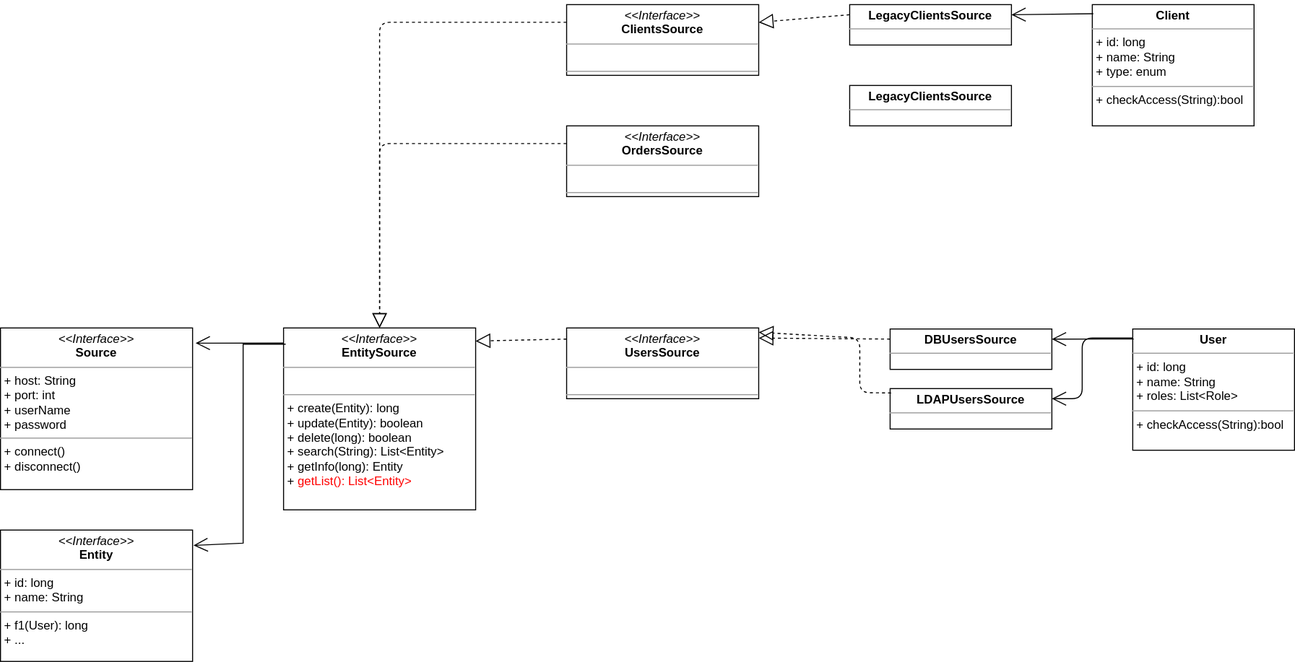
Earlier version of the draw.io export ClassDiagram.svg (LordOfPhys/project_x). Source tidied: cells renumbered, new cells last; positions are measured from the earlier drawing's top-left corner, leaving out a move shared by most shapes.
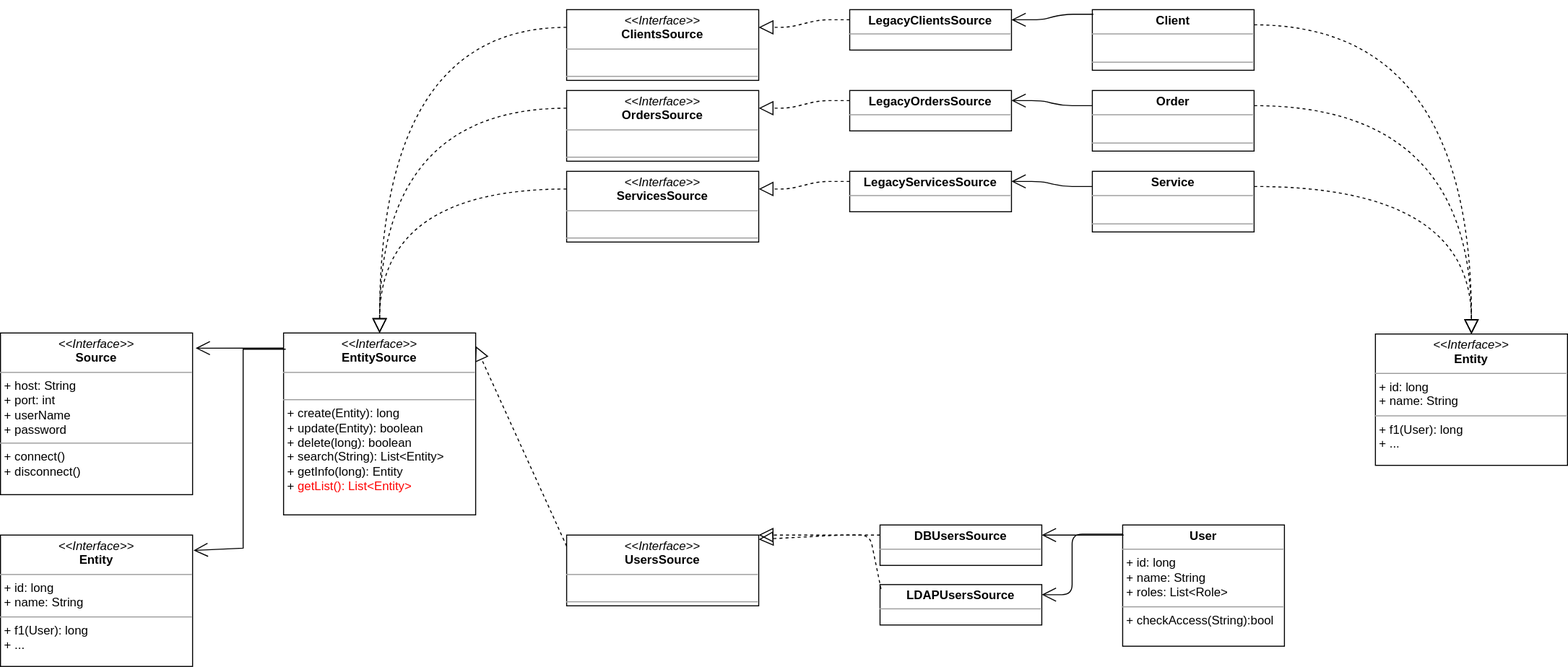
Above is the later version.

The edit, as a diff of the source:
```diff
@@ -3,24 +3,24 @@
     <mxCell id="0" />
     <mxCell id="1" parent="0" />
     <mxCell id="2" value="&lt;p style=&quot;margin: 0px ; margin-top: 4px ; text-align: center&quot;&gt;&lt;i&gt;&amp;lt;&amp;lt;Interface&amp;gt;&amp;gt;&lt;/i&gt;&lt;br&gt;&lt;b&gt;UsersSource&lt;/b&gt;&lt;/p&gt;&lt;hr size=&quot;1&quot;&gt;&lt;p style=&quot;margin: 0px ; margin-left: 4px&quot;&gt;&lt;br&gt;&lt;/p&gt;&lt;hr size=&quot;1&quot;&gt;&lt;p style=&quot;margin: 0px ; margin-left: 4px&quot;&gt;&lt;br&gt;&lt;/p&gt;&lt;p style=&quot;margin: 0px ; margin-left: 4px&quot;&gt;&lt;br&gt;&lt;/p&gt;&lt;p style=&quot;margin: 0px ; margin-left: 4px&quot;&gt;&lt;br&gt;&lt;/p&gt;" style="verticalAlign=top;align=left;overflow=fill;fontSize=12;fontFamily=Helvetica;html=1;" parent="1" vertex="1">
-      <mxGeometry x="560" y="320" width="190" height="70" as="geometry" />
+      <mxGeometry x="560" y="520" width="190" height="70" as="geometry" />
     </mxCell>
     <mxCell id="3" value="&lt;p style=&quot;margin: 0px ; margin-top: 4px ; text-align: center&quot;&gt;&lt;b&gt;DBUsersSource&lt;/b&gt;&lt;/p&gt;&lt;hr size=&quot;1&quot;&gt;&lt;p style=&quot;margin: 0px ; margin-left: 4px&quot;&gt;&lt;br&gt;&lt;/p&gt;&lt;p style=&quot;margin: 0px ; margin-left: 4px&quot;&gt;&lt;br&gt;&lt;/p&gt;&lt;p style=&quot;margin: 0px ; margin-left: 4px&quot;&gt;&lt;br&gt;&lt;/p&gt;&lt;p style=&quot;margin: 0px ; margin-left: 4px&quot;&gt;&lt;br&gt;&lt;/p&gt;&lt;p style=&quot;margin: 0px ; margin-left: 4px&quot;&gt;&lt;br&gt;&lt;/p&gt;&lt;hr size=&quot;1&quot;&gt;&lt;p style=&quot;margin: 0px ; margin-left: 4px&quot;&gt;&lt;br&gt;&lt;/p&gt;" style="verticalAlign=top;align=left;overflow=fill;fontSize=12;fontFamily=Helvetica;html=1;" parent="1" vertex="1">
-      <mxGeometry x="880" y="321" width="160" height="40" as="geometry" />
+      <mxGeometry x="870" y="510" width="160" height="40" as="geometry" />
     </mxCell>
     <mxCell id="4" style="endArrow=block;dashed=1;endFill=0;endSize=12;html=1;exitX=0;exitY=0.25;exitDx=0;exitDy=0;" parent="1" edge="1" source="3">
       <mxGeometry relative="1" as="geometry">
-        <mxPoint x="750" y="330" as="targetPoint" />
+        <mxPoint x="750" y="520" as="targetPoint" />
       </mxGeometry>
     </mxCell>
     <mxCell id="5" value="&lt;p style=&quot;margin: 0px ; margin-top: 4px ; text-align: center&quot;&gt;&lt;b&gt;LDAPUsersSource&lt;/b&gt;&lt;/p&gt;&lt;hr size=&quot;1&quot;&gt;&lt;p style=&quot;margin: 0px ; margin-left: 4px&quot;&gt;&lt;br&gt;&lt;/p&gt;&lt;p style=&quot;margin: 0px ; margin-left: 4px&quot;&gt;&lt;br&gt;&lt;/p&gt;&lt;p style=&quot;margin: 0px ; margin-left: 4px&quot;&gt;&lt;br&gt;&lt;/p&gt;&lt;p style=&quot;margin: 0px ; margin-left: 4px&quot;&gt;&lt;br&gt;&lt;/p&gt;&lt;p style=&quot;margin: 0px ; margin-left: 4px&quot;&gt;&lt;br&gt;&lt;/p&gt;&lt;hr size=&quot;1&quot;&gt;&lt;p style=&quot;margin: 0px ; margin-left: 4px&quot;&gt;&lt;br&gt;&lt;/p&gt;" style="verticalAlign=top;align=left;overflow=fill;fontSize=12;fontFamily=Helvetica;html=1;" parent="1" vertex="1">
-      <mxGeometry x="880" y="380" width="160" height="40" as="geometry" />
+      <mxGeometry x="870" y="569" width="160" height="40" as="geometry" />
     </mxCell>
     <mxCell id="6" style="endArrow=block;dashed=1;endFill=0;endSize=12;html=1;exitX=0.006;exitY=0.108;exitDx=0;exitDy=0;exitPerimeter=0;entryX=1;entryY=0.061;entryDx=0;entryDy=0;entryPerimeter=0;" parent="1" edge="1" source="5" target="2">
       <mxGeometry relative="1" as="geometry">
         <Array as="points">
-          <mxPoint x="850" y="384" />
-          <mxPoint x="850" y="330" />
+          <mxPoint x="860" y="520" />
+          <mxPoint x="830" y="520" />
         </Array>
       </mxGeometry>
     </mxCell>
@@ -36,31 +36,33 @@
     <mxCell id="10" value="&lt;p style=&quot;margin: 0px ; margin-top: 4px ; text-align: center&quot;&gt;&lt;b&gt;LegacyClientsSource&lt;/b&gt;&lt;/p&gt;&lt;hr size=&quot;1&quot;&gt;&lt;p style=&quot;margin: 0px ; margin-left: 4px&quot;&gt;&lt;br&gt;&lt;/p&gt;&lt;p style=&quot;margin: 0px ; margin-left: 4px&quot;&gt;&lt;br&gt;&lt;/p&gt;&lt;p style=&quot;margin: 0px ; margin-left: 4px&quot;&gt;&lt;br&gt;&lt;/p&gt;&lt;p style=&quot;margin: 0px ; margin-left: 4px&quot;&gt;&lt;br&gt;&lt;/p&gt;&lt;p style=&quot;margin: 0px ; margin-left: 4px&quot;&gt;&lt;br&gt;&lt;/p&gt;&lt;hr size=&quot;1&quot;&gt;&lt;p style=&quot;margin: 0px ; margin-left: 4px&quot;&gt;&lt;br&gt;&lt;/p&gt;" style="verticalAlign=top;align=left;overflow=fill;fontSize=12;fontFamily=Helvetica;html=1;" parent="1" vertex="1">
       <mxGeometry x="840" width="160" height="40" as="geometry" />
     </mxCell>
-    <mxCell id="11" style="endArrow=block;dashed=1;endFill=0;endSize=12;html=1;entryX=1;entryY=0.25;entryDx=0;entryDy=0;exitX=0;exitY=0.25;exitDx=0;exitDy=0;" parent="1" edge="1" source="10" target="9">
+    <mxCell id="11" style="endArrow=block;dashed=1;endFill=0;endSize=12;html=1;entryX=1;entryY=0.25;entryDx=0;entryDy=0;exitX=0;exitY=0.25;exitDx=0;exitDy=0;edgeStyle=entityRelationEdgeStyle;" parent="1" edge="1" source="10" target="9">
       <mxGeometry relative="1" as="geometry" />
     </mxCell>
     <mxCell id="12" value="&lt;p style=&quot;margin: 0px ; margin-top: 4px ; text-align: center&quot;&gt;&lt;b&gt;User&lt;/b&gt;&lt;/p&gt;&lt;hr size=&quot;1&quot;&gt;&lt;p style=&quot;margin: 0px ; margin-left: 4px&quot;&gt;+ id: long&lt;/p&gt;&lt;p style=&quot;margin: 0px ; margin-left: 4px&quot;&gt;+ name: String&lt;/p&gt;&lt;p style=&quot;margin: 0px ; margin-left: 4px&quot;&gt;+ roles: List&amp;lt;Role&amp;gt;&lt;/p&gt;&lt;hr size=&quot;1&quot;&gt;&lt;p style=&quot;margin: 0px ; margin-left: 4px&quot;&gt;+ checkAccess(String):bool&lt;/p&gt;" style="verticalAlign=top;align=left;overflow=fill;fontSize=12;fontFamily=Helvetica;html=1;" parent="1" vertex="1">
-      <mxGeometry x="1120" y="321" width="160" height="120" as="geometry" />
+      <mxGeometry x="1110" y="510" width="160" height="120" as="geometry" />
     </mxCell>
-    <mxCell id="13" value="&lt;p style=&quot;margin: 0px ; margin-top: 4px ; text-align: center&quot;&gt;&lt;b&gt;Client&lt;/b&gt;&lt;/p&gt;&lt;hr size=&quot;1&quot;&gt;&lt;p style=&quot;margin: 0px ; margin-left: 4px&quot;&gt;+ id: long&lt;/p&gt;&lt;p style=&quot;margin: 0px ; margin-left: 4px&quot;&gt;+ name: String&lt;/p&gt;&lt;p style=&quot;margin: 0px ; margin-left: 4px&quot;&gt;+ type: enum&lt;/p&gt;&lt;hr size=&quot;1&quot;&gt;&lt;p style=&quot;margin: 0px ; margin-left: 4px&quot;&gt;+ checkAccess(String):bool&lt;/p&gt;" style="verticalAlign=top;align=left;overflow=fill;fontSize=12;fontFamily=Helvetica;html=1;" parent="1" vertex="1">
-      <mxGeometry x="1080" width="160" height="120" as="geometry" />
+    <mxCell id="13" value="&lt;p style=&quot;margin: 0px ; margin-top: 4px ; text-align: center&quot;&gt;&lt;b&gt;Client&lt;/b&gt;&lt;/p&gt;&lt;hr size=&quot;1&quot;&gt;&lt;p style=&quot;margin: 0px ; margin-left: 4px&quot;&gt;&lt;br&gt;&lt;/p&gt;&lt;hr size=&quot;1&quot;&gt;&lt;p style=&quot;margin: 0px ; margin-left: 4px&quot;&gt;&lt;br&gt;&lt;/p&gt;" style="verticalAlign=top;align=left;overflow=fill;fontSize=12;fontFamily=Helvetica;html=1;" parent="1" vertex="1">
+      <mxGeometry x="1080" width="160" height="60" as="geometry" />
     </mxCell>
-    <mxCell id="14" style="endArrow=open;endFill=1;endSize=12;html=1;exitX=0.006;exitY=0.075;exitDx=0;exitDy=0;exitPerimeter=0;entryX=1;entryY=0.25;entryDx=0;entryDy=0;" parent="1" edge="1" source="13" target="10">
+    <mxCell id="14" style="endArrow=open;endFill=1;endSize=12;html=1;exitX=0.006;exitY=0.075;exitDx=0;exitDy=0;exitPerimeter=0;entryX=1;entryY=0.25;entryDx=0;entryDy=0;edgeStyle=entityRelationEdgeStyle;" parent="1" edge="1" source="13" target="10">
       <mxGeometry relative="1" as="geometry" />
     </mxCell>
-    <mxCell id="15" style="endArrow=open;endFill=1;endSize=12;html=1;exitX=0.006;exitY=0.083;exitDx=0;exitDy=0;exitPerimeter=0;entryX=1;entryY=0.25;entryDx=0;entryDy=0;" parent="1" edge="1" source="12" target="3">
-      <mxGeometry relative="1" as="geometry" />
+    <mxCell id="15" style="endArrow=open;endFill=1;endSize=12;html=1;exitX=0.006;exitY=0.083;exitDx=0;exitDy=0;exitPerimeter=0;entryX=1;entryY=0.25;entryDx=0;entryDy=0;" parent="1" edge="1" target="3">
+      <mxGeometry relative="1" as="geometry">
+        <mxPoint x="1111" y="520" as="sourcePoint" />
+      </mxGeometry>
     </mxCell>
     <mxCell id="16" style="endArrow=open;endFill=1;endSize=12;html=1;entryX=1;entryY=0.25;entryDx=0;entryDy=0;" parent="1" edge="1" target="5">
       <mxGeometry relative="1" as="geometry">
-        <mxPoint x="1120" y="330" as="sourcePoint" />
+        <mxPoint x="1110" y="519" as="sourcePoint" />
         <Array as="points">
-          <mxPoint x="1070" y="330" />
-          <mxPoint x="1070" y="390" />
+          <mxPoint x="1060" y="519" />
+          <mxPoint x="1060" y="579" />
         </Array>
       </mxGeometry>
     </mxCell>
-    <mxCell id="17" style="endArrow=block;dashed=1;endFill=0;endSize=12;html=1;exitX=0;exitY=0.25;exitDx=0;exitDy=0;entryX=0.5;entryY=0;entryDx=0;entryDy=0;edgeStyle=orthogonalEdgeStyle;" parent="1" edge="1" source="9" target="18">
+    <mxCell id="17" style="endArrow=block;dashed=1;endFill=0;endSize=12;html=1;exitX=0;exitY=0.25;exitDx=0;exitDy=0;entryX=0.5;entryY=0;entryDx=0;entryDy=0;edgeStyle=orthogonalEdgeStyle;curved=1;" parent="1" edge="1" source="9" target="18">
       <mxGeometry relative="1" as="geometry" />
     </mxCell>
     <mxCell id="18" value="&lt;p style=&quot;margin: 0px ; margin-top: 4px ; text-align: center&quot;&gt;&lt;i&gt;&amp;lt;&amp;lt;Interface&amp;gt;&amp;gt;&lt;/i&gt;&lt;br&gt;&lt;b&gt;EntitySource&lt;/b&gt;&lt;/p&gt;&lt;hr size=&quot;1&quot;&gt;&lt;p style=&quot;margin: 0px ; margin-left: 4px&quot;&gt;&lt;br&gt;&lt;/p&gt;&lt;hr size=&quot;1&quot;&gt;&lt;p style=&quot;margin: 0px ; margin-left: 4px&quot;&gt;&lt;span&gt;+ create(Entity): long&lt;/span&gt;&lt;br&gt;&lt;/p&gt;&lt;p style=&quot;margin: 0px ; margin-left: 4px&quot;&gt;+ update(Entity): boolean&lt;/p&gt;&lt;p style=&quot;margin: 0px ; margin-left: 4px&quot;&gt;+ delete(long): boolean&lt;/p&gt;&lt;p style=&quot;margin: 0px ; margin-left: 4px&quot;&gt;+ search(String): List&amp;lt;Entity&amp;gt;&lt;/p&gt;&lt;p style=&quot;margin: 0px ; margin-left: 4px&quot;&gt;+ getInfo(long): Entity&lt;/p&gt;&lt;p style=&quot;margin: 0px ; margin-left: 4px&quot;&gt;+&lt;font color=&quot;#ff0000&quot;&gt; getList(): List&amp;lt;Entity&amp;gt;&amp;nbsp;&lt;/font&gt;&lt;/p&gt;&lt;p style=&quot;margin: 0px ; margin-left: 4px&quot;&gt;&lt;br&gt;&lt;/p&gt;&lt;p style=&quot;margin: 0px ; margin-left: 4px&quot;&gt;&lt;br&gt;&lt;/p&gt;" style="verticalAlign=top;align=left;overflow=fill;fontSize=12;fontFamily=Helvetica;html=1;" parent="1" vertex="1">
@@ -80,14 +82,53 @@
         </Array>
       </mxGeometry>
     </mxCell>
-    <mxCell id="22" value="&lt;p style=&quot;margin: 0px ; margin-top: 4px ; text-align: center&quot;&gt;&lt;b&gt;LegacyClientsSource&lt;/b&gt;&lt;/p&gt;&lt;hr size=&quot;1&quot;&gt;&lt;p style=&quot;margin: 0px ; margin-left: 4px&quot;&gt;&lt;br&gt;&lt;/p&gt;&lt;p style=&quot;margin: 0px ; margin-left: 4px&quot;&gt;&lt;br&gt;&lt;/p&gt;&lt;p style=&quot;margin: 0px ; margin-left: 4px&quot;&gt;&lt;br&gt;&lt;/p&gt;&lt;p style=&quot;margin: 0px ; margin-left: 4px&quot;&gt;&lt;br&gt;&lt;/p&gt;&lt;p style=&quot;margin: 0px ; margin-left: 4px&quot;&gt;&lt;br&gt;&lt;/p&gt;&lt;hr size=&quot;1&quot;&gt;&lt;p style=&quot;margin: 0px ; margin-left: 4px&quot;&gt;&lt;br&gt;&lt;/p&gt;" style="verticalAlign=top;align=left;overflow=fill;fontSize=12;fontFamily=Helvetica;html=1;" parent="1" vertex="1">
+    <mxCell id="22" value="&lt;p style=&quot;margin: 0px ; margin-top: 4px ; text-align: center&quot;&gt;&lt;b&gt;LegacyOrdersSource&lt;/b&gt;&lt;/p&gt;&lt;hr size=&quot;1&quot;&gt;&lt;p style=&quot;margin: 0px ; margin-left: 4px&quot;&gt;&lt;br&gt;&lt;/p&gt;&lt;p style=&quot;margin: 0px ; margin-left: 4px&quot;&gt;&lt;br&gt;&lt;/p&gt;&lt;p style=&quot;margin: 0px ; margin-left: 4px&quot;&gt;&lt;br&gt;&lt;/p&gt;&lt;p style=&quot;margin: 0px ; margin-left: 4px&quot;&gt;&lt;br&gt;&lt;/p&gt;&lt;p style=&quot;margin: 0px ; margin-left: 4px&quot;&gt;&lt;br&gt;&lt;/p&gt;&lt;hr size=&quot;1&quot;&gt;&lt;p style=&quot;margin: 0px ; margin-left: 4px&quot;&gt;&lt;br&gt;&lt;/p&gt;" style="verticalAlign=top;align=left;overflow=fill;fontSize=12;fontFamily=Helvetica;html=1;" parent="1" vertex="1">
       <mxGeometry x="840" y="80" width="160" height="40" as="geometry" />
     </mxCell>
     <mxCell id="23" value="&lt;p style=&quot;margin: 0px ; margin-top: 4px ; text-align: center&quot;&gt;&lt;i&gt;&amp;lt;&amp;lt;Interface&amp;gt;&amp;gt;&lt;/i&gt;&lt;br&gt;&lt;b&gt;OrdersSource&lt;/b&gt;&lt;/p&gt;&lt;hr size=&quot;1&quot;&gt;&lt;p style=&quot;margin: 0px ; margin-left: 4px&quot;&gt;&lt;br&gt;&lt;/p&gt;&lt;hr size=&quot;1&quot;&gt;&lt;p style=&quot;margin: 0px ; margin-left: 4px&quot;&gt;&lt;br&gt;&lt;/p&gt;&lt;p style=&quot;margin: 0px ; margin-left: 4px&quot;&gt;&lt;br&gt;&lt;/p&gt;&lt;p style=&quot;margin: 0px ; margin-left: 4px&quot;&gt;&lt;br&gt;&lt;/p&gt;" style="verticalAlign=top;align=left;overflow=fill;fontSize=12;fontFamily=Helvetica;html=1;" parent="1" vertex="1">
-      <mxGeometry x="560" y="120" width="190" height="70" as="geometry" />
+      <mxGeometry x="560" y="80" width="190" height="70" as="geometry" />
     </mxCell>
-    <mxCell id="24" style="endArrow=block;dashed=1;endFill=0;endSize=12;html=1;exitX=0;exitY=0.25;exitDx=0;exitDy=0;entryX=0.5;entryY=0;entryDx=0;entryDy=0;edgeStyle=orthogonalEdgeStyle;" parent="1" edge="1" source="23" target="18">
+    <mxCell id="24" style="endArrow=block;dashed=1;endFill=0;endSize=12;html=1;exitX=0;exitY=0.25;exitDx=0;exitDy=0;entryX=0.5;entryY=0;entryDx=0;entryDy=0;edgeStyle=orthogonalEdgeStyle;curved=1;" parent="1" edge="1" source="23" target="18">
       <mxGeometry relative="1" as="geometry" />
     </mxCell>
+    <mxCell id="25" style="endArrow=block;dashed=1;endFill=0;endSize=12;html=1;entryX=1;entryY=0.25;entryDx=0;entryDy=0;exitX=0;exitY=0.25;exitDx=0;exitDy=0;edgeStyle=entityRelationEdgeStyle;" parent="1" edge="1" source="22" target="23">
+      <mxGeometry relative="1" as="geometry" />
+    </mxCell>
+    <mxCell id="26" value="&lt;p style=&quot;margin: 0px ; margin-top: 4px ; text-align: center&quot;&gt;&lt;b&gt;Order&lt;/b&gt;&lt;/p&gt;&lt;hr size=&quot;1&quot;&gt;&lt;p style=&quot;margin: 0px ; margin-left: 4px&quot;&gt;&lt;br&gt;&lt;/p&gt;&lt;hr size=&quot;1&quot;&gt;&lt;p style=&quot;margin: 0px ; margin-left: 4px&quot;&gt;&lt;br&gt;&lt;/p&gt;" style="verticalAlign=top;align=left;overflow=fill;fontSize=12;fontFamily=Helvetica;html=1;" parent="1" vertex="1">
+      <mxGeometry x="1080" y="80" width="160" height="60" as="geometry" />
+    </mxCell>
+    <mxCell id="27" value="&lt;p style=&quot;margin: 0px ; margin-top: 4px ; text-align: center&quot;&gt;&lt;i&gt;&amp;lt;&amp;lt;Interface&amp;gt;&amp;gt;&lt;/i&gt;&lt;br&gt;&lt;b&gt;ServicesSource&lt;/b&gt;&lt;/p&gt;&lt;hr size=&quot;1&quot;&gt;&lt;p style=&quot;margin: 0px ; margin-left: 4px&quot;&gt;&lt;br&gt;&lt;/p&gt;&lt;hr size=&quot;1&quot;&gt;&lt;p style=&quot;margin: 0px ; margin-left: 4px&quot;&gt;&lt;br&gt;&lt;/p&gt;&lt;p style=&quot;margin: 0px ; margin-left: 4px&quot;&gt;&lt;br&gt;&lt;/p&gt;&lt;p style=&quot;margin: 0px ; margin-left: 4px&quot;&gt;&lt;br&gt;&lt;/p&gt;" style="verticalAlign=top;align=left;overflow=fill;fontSize=12;fontFamily=Helvetica;html=1;" parent="1" vertex="1">
+      <mxGeometry x="560" y="160" width="190" height="70" as="geometry" />
+    </mxCell>
+    <mxCell id="28" style="endArrow=block;dashed=1;endFill=0;endSize=12;html=1;exitX=0;exitY=0.25;exitDx=0;exitDy=0;entryX=0.5;entryY=0;entryDx=0;entryDy=0;edgeStyle=orthogonalEdgeStyle;curved=1;" parent="1" edge="1" source="27" target="18">
+      <mxGeometry relative="1" as="geometry" />
+    </mxCell>
+    <mxCell id="29" value="&lt;p style=&quot;margin: 0px ; margin-top: 4px ; text-align: center&quot;&gt;&lt;b&gt;LegacyServicesSource&lt;/b&gt;&lt;/p&gt;&lt;hr size=&quot;1&quot;&gt;&lt;p style=&quot;margin: 0px ; margin-left: 4px&quot;&gt;&lt;br&gt;&lt;/p&gt;&lt;p style=&quot;margin: 0px ; margin-left: 4px&quot;&gt;&lt;br&gt;&lt;/p&gt;&lt;p style=&quot;margin: 0px ; margin-left: 4px&quot;&gt;&lt;br&gt;&lt;/p&gt;&lt;p style=&quot;margin: 0px ; margin-left: 4px&quot;&gt;&lt;br&gt;&lt;/p&gt;&lt;p style=&quot;margin: 0px ; margin-left: 4px&quot;&gt;&lt;br&gt;&lt;/p&gt;&lt;hr size=&quot;1&quot;&gt;&lt;p style=&quot;margin: 0px ; margin-left: 4px&quot;&gt;&lt;br&gt;&lt;/p&gt;" style="verticalAlign=top;align=left;overflow=fill;fontSize=12;fontFamily=Helvetica;html=1;" parent="1" vertex="1">
+      <mxGeometry x="840" y="160" width="160" height="40" as="geometry" />
+    </mxCell>
+    <mxCell id="30" style="endArrow=block;dashed=1;endFill=0;endSize=12;html=1;entryX=1;entryY=0.25;entryDx=0;entryDy=0;exitX=0;exitY=0.25;exitDx=0;exitDy=0;edgeStyle=entityRelationEdgeStyle;" parent="1" edge="1" source="29" target="27">
+      <mxGeometry relative="1" as="geometry" />
+    </mxCell>
+    <mxCell id="31" style="endArrow=open;endFill=1;endSize=12;html=1;exitX=0;exitY=0.25;exitDx=0;exitDy=0;entryX=1;entryY=0.25;entryDx=0;entryDy=0;edgeStyle=entityRelationEdgeStyle;" parent="1" edge="1" source="26" target="22">
+      <mxGeometry relative="1" as="geometry" />
+    </mxCell>
+    <mxCell id="32" value="&lt;p style=&quot;margin: 0px ; margin-top: 4px ; text-align: center&quot;&gt;&lt;b&gt;Service&lt;/b&gt;&lt;/p&gt;&lt;hr size=&quot;1&quot;&gt;&lt;p style=&quot;margin: 0px ; margin-left: 4px&quot;&gt;&lt;br&gt;&lt;/p&gt;&lt;hr size=&quot;1&quot;&gt;&lt;p style=&quot;margin: 0px ; margin-left: 4px&quot;&gt;&lt;br&gt;&lt;/p&gt;" style="verticalAlign=top;align=left;overflow=fill;fontSize=12;fontFamily=Helvetica;html=1;" parent="1" vertex="1">
+      <mxGeometry x="1080" y="160" width="160" height="60" as="geometry" />
+    </mxCell>
+    <mxCell id="33" style="endArrow=open;endFill=1;endSize=12;html=1;exitX=0;exitY=0.25;exitDx=0;exitDy=0;entryX=1;entryY=0.25;entryDx=0;entryDy=0;edgeStyle=entityRelationEdgeStyle;" parent="1" edge="1" source="32" target="29">
+      <mxGeometry relative="1" as="geometry" />
+    </mxCell>
+    <mxCell id="34" value="&lt;p style=&quot;margin: 0px ; margin-top: 4px ; text-align: center&quot;&gt;&lt;i&gt;&amp;lt;&amp;lt;Interface&amp;gt;&amp;gt;&lt;/i&gt;&lt;br&gt;&lt;b&gt;Entity&lt;/b&gt;&lt;/p&gt;&lt;hr size=&quot;1&quot;&gt;&lt;p style=&quot;margin: 0px ; margin-left: 4px&quot;&gt;+ id: long&lt;/p&gt;&lt;p style=&quot;margin: 0px ; margin-left: 4px&quot;&gt;+ name: String&lt;/p&gt;&lt;hr size=&quot;1&quot;&gt;&lt;p style=&quot;margin: 0px ; margin-left: 4px&quot;&gt;&lt;span&gt;+ f1(User): long&lt;/span&gt;&lt;br&gt;&lt;/p&gt;&lt;p style=&quot;margin: 0px ; margin-left: 4px&quot;&gt;+ ...&lt;/p&gt;&lt;p style=&quot;margin: 0px ; margin-left: 4px&quot;&gt;&lt;br&gt;&lt;/p&gt;&lt;p style=&quot;margin: 0px ; margin-left: 4px&quot;&gt;&lt;br&gt;&lt;/p&gt;" style="verticalAlign=top;align=left;overflow=fill;fontSize=12;fontFamily=Helvetica;html=1;" parent="1" vertex="1">
+      <mxGeometry x="1360" y="321" width="190" height="130" as="geometry" />
+    </mxCell>
+    <mxCell id="35" style="endArrow=block;dashed=1;endFill=0;endSize=12;html=1;entryX=0.5;entryY=0;entryDx=0;entryDy=0;exitX=1;exitY=0.25;exitDx=0;exitDy=0;edgeStyle=orthogonalEdgeStyle;curved=1;" parent="1" edge="1" source="13" target="34">
+      <mxGeometry relative="1" as="geometry" />
+    </mxCell>
+    <mxCell id="36" style="endArrow=block;dashed=1;endFill=0;endSize=12;html=1;entryX=0.5;entryY=0;entryDx=0;entryDy=0;exitX=1;exitY=0.25;exitDx=0;exitDy=0;edgeStyle=orthogonalEdgeStyle;curved=1;" parent="1" edge="1" source="26" target="34">
+      <mxGeometry relative="1" as="geometry" />
+    </mxCell>
+    <mxCell id="37" style="endArrow=block;dashed=1;endFill=0;endSize=12;html=1;entryX=0.5;entryY=0;entryDx=0;entryDy=0;exitX=1;exitY=0.25;exitDx=0;exitDy=0;edgeStyle=orthogonalEdgeStyle;curved=1;" parent="1" edge="1" source="32" target="34">
+      <mxGeometry relative="1" as="geometry" />
+    </mxCell>
   </root>
 </mxGraphModel>
```
